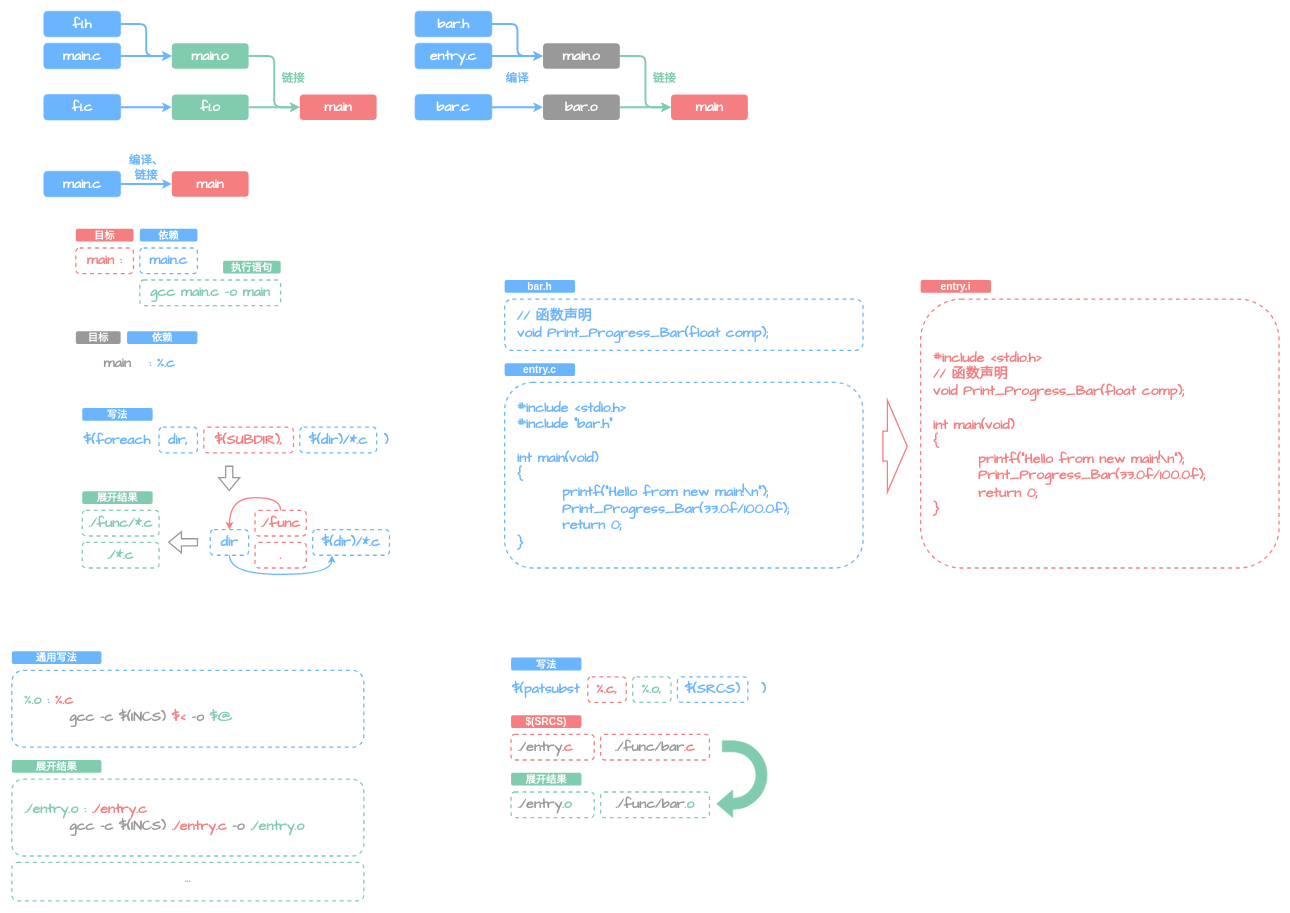
Earlier version of the draw.io diagram C Program/drawio/Makefile.drawio (FerostMask/Jotting-Down). Source tidied: cells renumbered, new cells numbered last; positions are measured from the earlier drawing's top-left corner, leaving out a move shared by most shapes. Both pictures are drawn from the tidied source at 64%, with x=0, y=0 at pixel (12, 11).
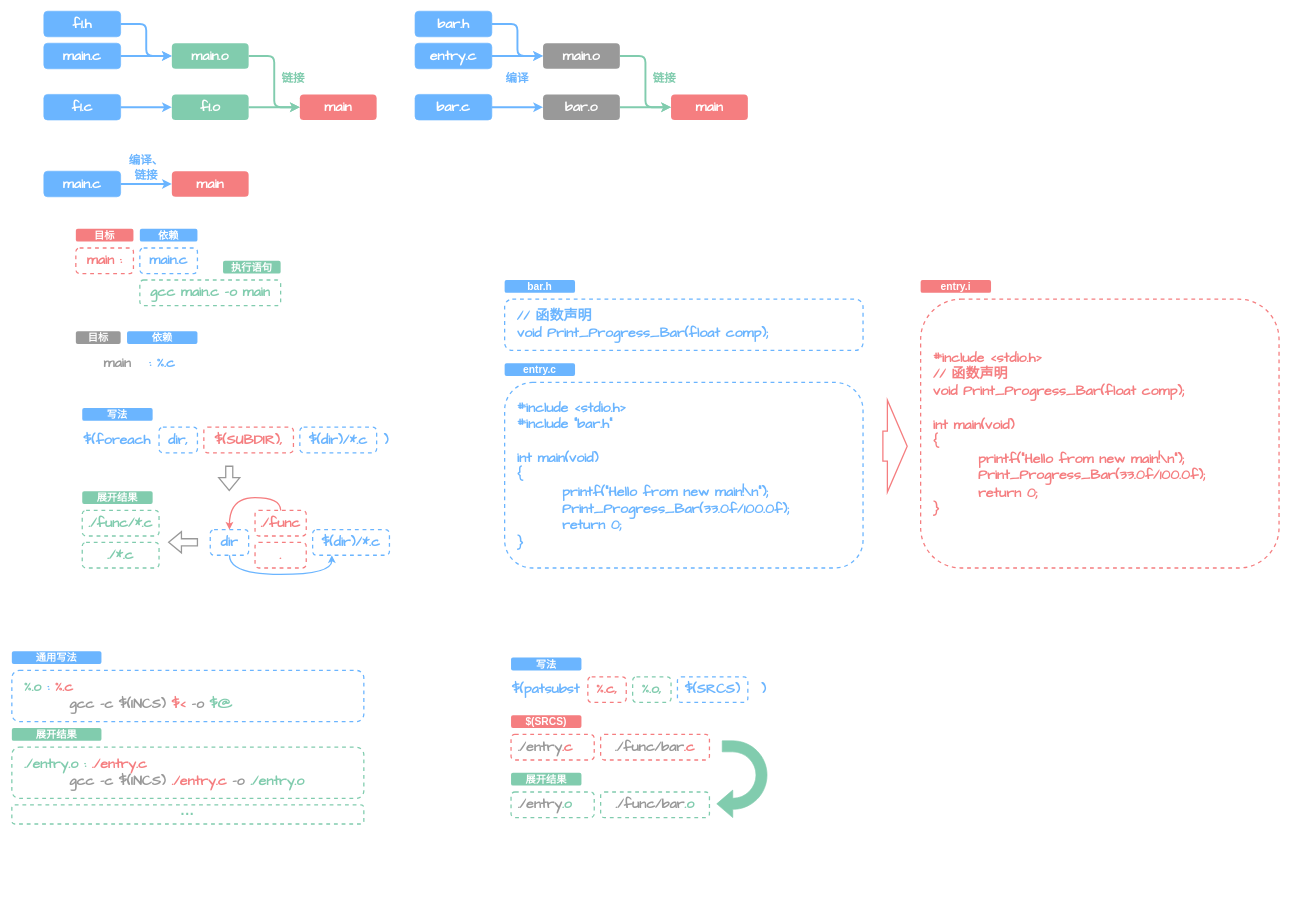
The same diagram, later.

Commit message (it also covers changes not shown here):
更新入门Makefile，重新上传图片

The edit, as a diff of the source:
```diff
@@
     <mxCell id="63" value="&lt;div&gt;&amp;nbsp; &lt;font color=&quot;#81ccae&quot;&gt;%.o&lt;/font&gt; : &lt;font color=&quot;#f57e80&quot;&gt;%.c&lt;/font&gt;&lt;/div&gt;&lt;div&gt;&amp;nbsp; &amp;nbsp; &amp;nbsp; &amp;nbsp; &amp;nbsp; &lt;font color=&quot;#999999&quot;&gt;gcc -c $(INCS)&lt;/font&gt; &lt;font color=&quot;#f57e80&quot;&gt;$&amp;lt;&lt;/font&gt; &lt;font color=&quot;#999999&quot;&gt;-o&lt;/font&gt; &lt;font color=&quot;#81ccae&quot;&gt;$@&lt;/font&gt;&lt;/div&gt;" style="rounded=1;whiteSpace=wrap;html=1;fillColor=none;strokeColor=#6BB5FF;fontStyle=1;fontFamily=Comic Sans MS;fontSize=22;fontColor=#6BB5FF;dashed=1;strokeWidth=2;align=left;" parent="1" vertex="1">
-      <mxGeometry y="1030" width="550" height="120" as="geometry" />
+      <mxGeometry y="1030" width="550" height="80" as="geometry" />
     </mxCell>
@@
     <mxCell id="65" value="展开结果" style="text;html=1;strokeColor=none;fillColor=#81CCAE;align=center;verticalAlign=middle;whiteSpace=wrap;rounded=1;fontSize=16;fontFamily=HYYouYuan;fontColor=#FFFFFF;fontStyle=1;" parent="1" vertex="1">
-      <mxGeometry y="1170" width="140" height="20" as="geometry" />
+      <mxGeometry y="1120" width="140" height="20" as="geometry" />
     </mxCell>
     <mxCell id="66" value="&lt;div&gt;&amp;nbsp; ./entry.o : &lt;font color=&quot;#f57e80&quot;&gt;./entry.c&lt;/font&gt;&lt;/div&gt;&lt;div&gt;&amp;nbsp; &amp;nbsp; &amp;nbsp; &amp;nbsp; &amp;nbsp; &lt;font color=&quot;#999999&quot;&gt;gcc -c $(INCS)&lt;/font&gt; &lt;font color=&quot;#f57e80&quot;&gt;./entry.c&lt;/font&gt;&amp;nbsp;&lt;font color=&quot;#999999&quot;&gt;-o&lt;/font&gt; ./entry.o&lt;/div&gt;" style="rounded=1;whiteSpace=wrap;html=1;fillColor=none;strokeColor=#81CCAE;fontStyle=1;fontFamily=Comic Sans MS;fontSize=22;fontColor=#81CCAE;dashed=1;strokeWidth=2;align=left;" parent="1" vertex="1">
-      <mxGeometry y="1200" width="550" height="120" as="geometry" />
+      <mxGeometry y="1150" width="550" height="80" as="geometry" />
     </mxCell>
-    <mxCell id="67" value="&lt;div&gt;···&lt;/div&gt;" style="rounded=1;whiteSpace=wrap;html=1;fillColor=none;strokeColor=#81CCAE;fontStyle=1;fontFamily=Comic Sans MS;fontSize=22;fontColor=#81CCAE;dashed=1;strokeWidth=2;align=center;" parent="1" vertex="1">
-      <mxGeometry y="1330" width="550" height="60" as="geometry" />
+    <mxCell id="67" value="&lt;font face=&quot;HYYouYuan&quot;&gt;···&lt;/font&gt;" style="rounded=1;whiteSpace=wrap;html=1;fillColor=none;strokeColor=#81CCAE;fontStyle=1;fontFamily=Comic Sans MS;fontSize=22;fontColor=#81CCAE;dashed=1;strokeWidth=2;align=center;" parent="1" vertex="1">
+      <mxGeometry y="1240" width="550" height="30" as="geometry" />
     </mxCell>
```
